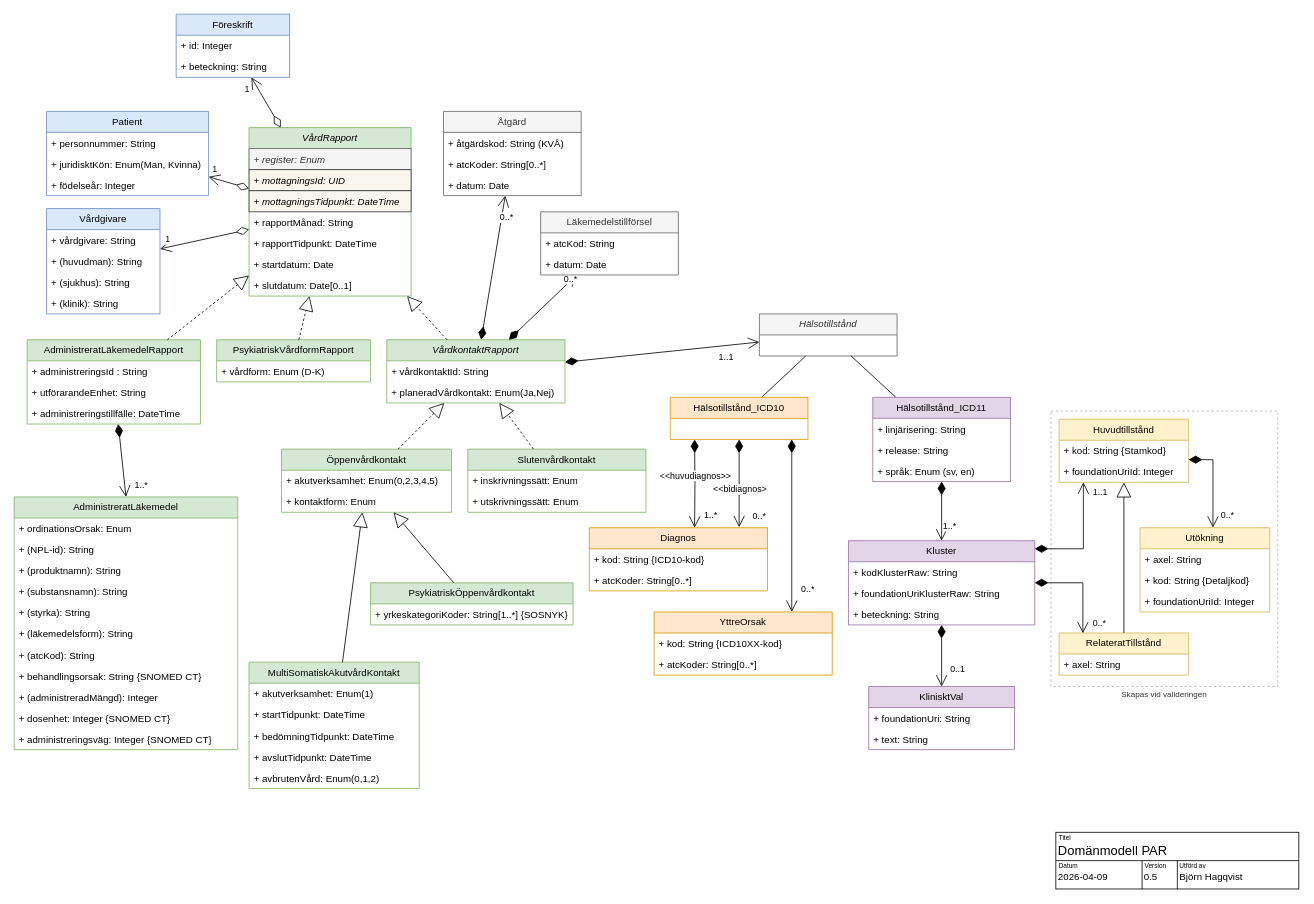
Before: page "Liggande 0.5" (5 of 8) of Klassmodell ICD11.drawio in bhagqvist-consid/ICD11, a draw.io diagram. Source tidied: cells renumbered, new cells numbered last; positions are measured from the earlier drawing's top-left corner, leaving out a move shared by most shapes. Both pictures are drawn from the tidied source at 81%, with x=0, y=0 at pixel (14, 14).
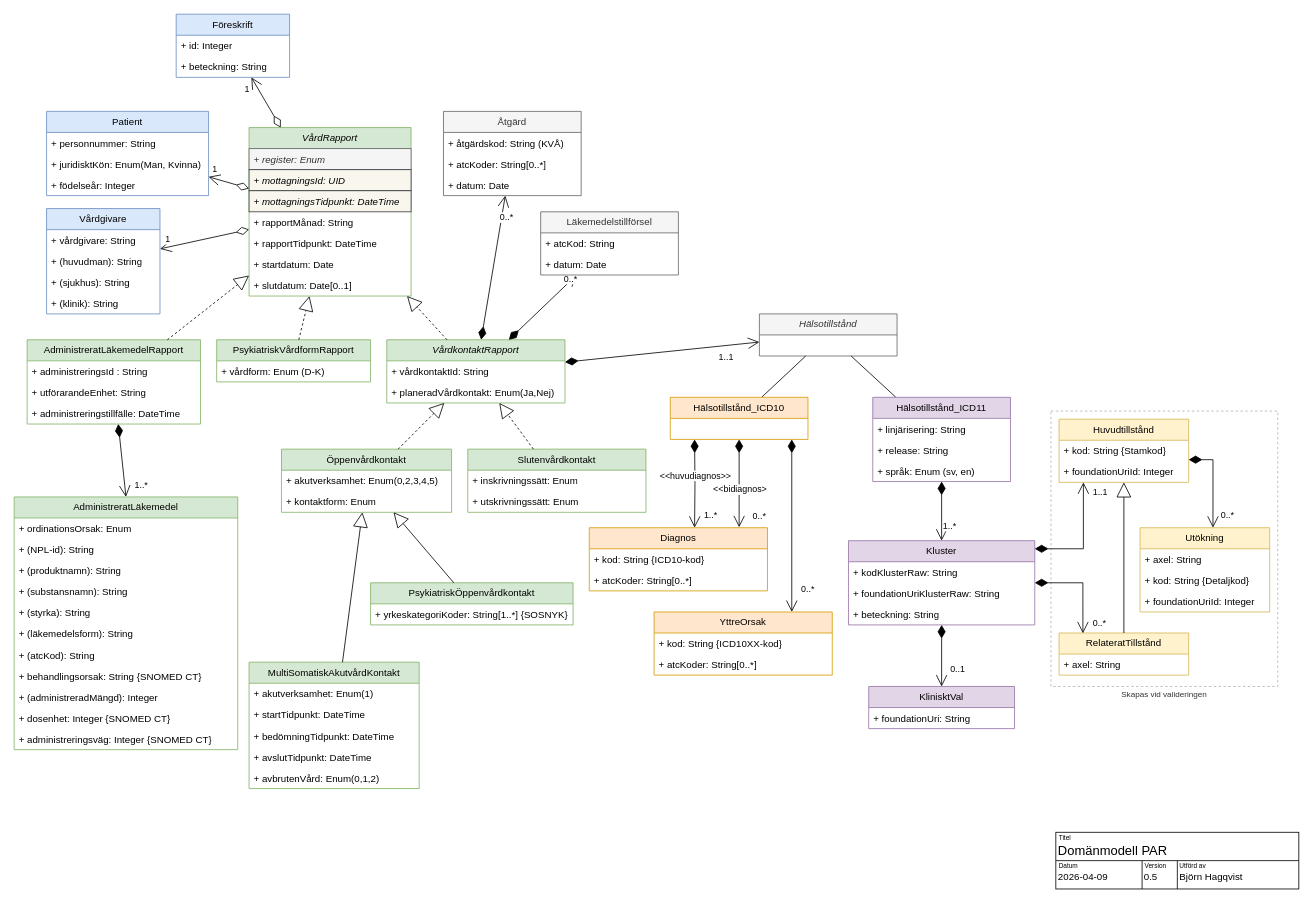
The same page after the edit.

Diff of the diagram source:
```diff
@@
     <mxCell id="65" value="KlinisktVal" style="swimlane;fontStyle=0;horizontal=1;startSize=26;fillColor=#e1d5e7;whiteSpace=wrap;html=1;strokeColor=#9673a6;" parent="1" vertex="1">
-      <mxGeometry x="1055" y="830" width="180" height="78" as="geometry" />
+      <mxGeometry x="1055" y="830" width="180" height="52" as="geometry" />
     </mxCell>
@@
-    <mxCell id="67" value="+ text: String" style="text;strokeColor=none;fillColor=none;align=left;verticalAlign=top;spacingLeft=4;spacingRight=4;overflow=hidden;whiteSpace=wrap;html=1;" parent="65" vertex="1">
-      <mxGeometry y="52" width="180" height="26" as="geometry" />
-    </mxCell>
```
